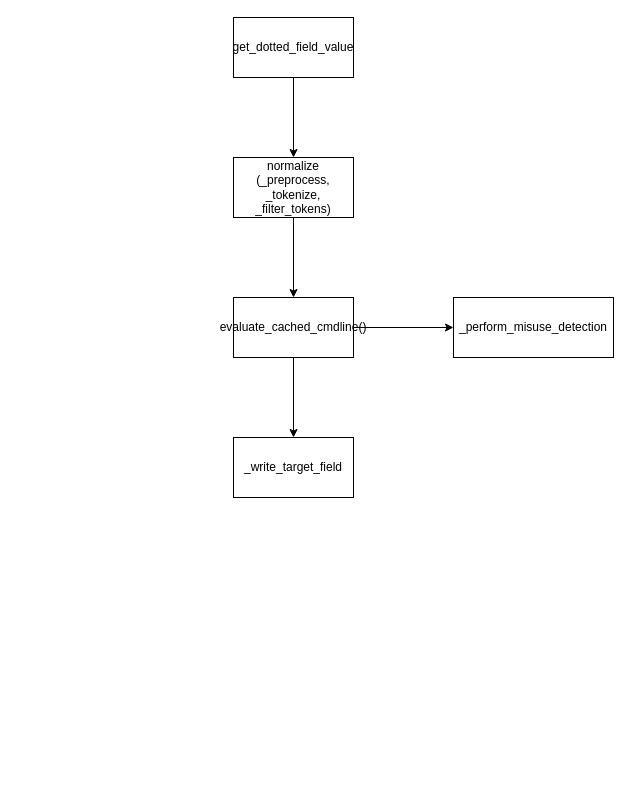
Earlier version of the draw.io diagram page "amides" (2 of 6) of doc/source/development/architecture/diagramms/process.drawio (fkie-cad/Logprep). Source tidied: cells renumbered, new cells numbered last; positions are measured from the earlier drawing's top-left corner, leaving out a move shared by most shapes. Both pictures are drawn from the tidied source at 100%, with x=0, y=0 at pixel (233, 17).
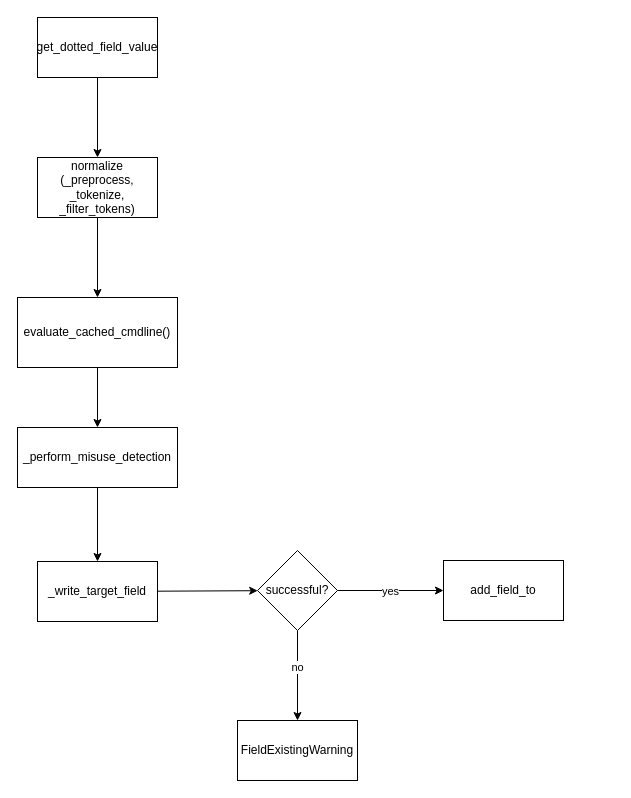
The same diagram, later.

The edit, as a diff of the source:
```diff
@@
     <mxCell id="3" value="get_dotted_field_value" style="rounded=0;whiteSpace=wrap;html=1;" parent="1" vertex="1">
-      <mxGeometry width="120" height="60" as="geometry" />
+      <mxGeometry x="-196" width="120" height="60" as="geometry" />
     </mxCell>
@@
     <mxCell id="5" value="normalize (_preprocess, _tokenize, _filter_tokens)" style="whiteSpace=wrap;html=1;rounded=0;" parent="1" vertex="1">
-      <mxGeometry y="140" width="120" height="60" as="geometry" />
+      <mxGeometry x="-196" y="140" width="120" height="60" as="geometry" />
     </mxCell>
-    <mxCell id="6" style="edgeStyle=none;html=1;" parent="1" edge="1" source="8" target="9">
+    <mxCell id="6" style="edgeStyle=none;html=1;exitX=0.5;exitY=1;exitDx=0;exitDy=0;" parent="1" edge="1" source="8" target="9">
       <mxGeometry relative="1" as="geometry" />
     </mxCell>
-    <mxCell id="7" style="edgeStyle=none;html=1;" parent="1" edge="1" source="8" target="10">
-      <mxGeometry relative="1" as="geometry" />
-    </mxCell>
     <mxCell id="8" value="evaluate_cached_cmdline()&lt;br&gt;" style="whiteSpace=wrap;html=1;rounded=0;" parent="1" vertex="1">
-      <mxGeometry y="280" width="120" height="60" as="geometry" />
+      <mxGeometry x="-216" y="280" width="160" height="70" as="geometry" />
     </mxCell>
+    <mxCell id="11" style="edgeStyle=none;html=1;" parent="1" edge="1" source="9" target="10">
+      <mxGeometry relative="1" as="geometry" />
+    </mxCell>
     <mxCell id="9" value="_perform_misuse_detection" style="whiteSpace=wrap;html=1;rounded=0;" parent="1" vertex="1">
-      <mxGeometry x="220" y="280" width="160" height="60" as="geometry" />
+      <mxGeometry x="-216" y="410" width="160" height="60" as="geometry" />
     </mxCell>
+    <mxCell id="12" style="edgeStyle=none;html=1;" parent="1" edge="1" source="10" target="17">
+      <mxGeometry relative="1" as="geometry" />
+    </mxCell>
     <mxCell id="10" value="_write_target_field" style="whiteSpace=wrap;html=1;rounded=0;" parent="1" vertex="1">
-      <mxGeometry y="420" width="120" height="60" as="geometry" />
+      <mxGeometry x="-196" y="544" width="120" height="60" as="geometry" />
     </mxCell>
+    <mxCell id="13" style="edgeStyle=none;html=1;" parent="1" edge="1" source="17" target="18">
+      <mxGeometry relative="1" as="geometry" />
+    </mxCell>
+    <mxCell id="14" value="no" style="edgeLabel;html=1;align=center;verticalAlign=middle;" parent="13" vertex="1">
+      <mxGeometry x="0.33" y="-1" relative="1" as="geometry">
+        <mxPoint y="-24" as="offset" />
+      </mxGeometry>
+    </mxCell>
+    <mxCell id="15" style="edgeStyle=none;html=1;" parent="1" edge="1" source="17" target="19">
+      <mxGeometry relative="1" as="geometry" />
+    </mxCell>
+    <mxCell id="16" value="yes" style="edgeLabel;html=1;align=center;verticalAlign=middle;" parent="15" vertex="1">
+      <mxGeometry x="0.42" relative="1" as="geometry">
+        <mxPoint x="-23" as="offset" />
+      </mxGeometry>
+    </mxCell>
+    <mxCell id="17" value="successful?" style="rhombus;whiteSpace=wrap;html=1;rounded=0;" parent="1" vertex="1">
+      <mxGeometry x="24" y="533" width="80" height="80" as="geometry" />
+    </mxCell>
+    <mxCell id="18" value="FieldExistingWarning" style="whiteSpace=wrap;html=1;rounded=0;" parent="1" vertex="1">
+      <mxGeometry x="4" y="703" width="120" height="60" as="geometry" />
+    </mxCell>
+    <mxCell id="19" value="add_field_to" style="whiteSpace=wrap;html=1;rounded=0;" parent="1" vertex="1">
+      <mxGeometry x="210" y="543" width="120" height="60" as="geometry" />
+    </mxCell>
```
